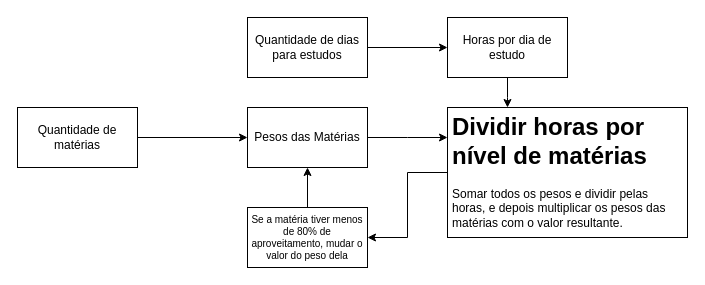
Before: Diagrama sem nome.drawio in Tchaykovsky/Fluxogramas, a draw.io diagram. Source tidied: cells renumbered, new cells numbered last; positions are measured from the earlier drawing's top-left corner, leaving out a move shared by most shapes. Both pictures are drawn from the tidied source at 100%, with x=0, y=0 at pixel (17, 17).
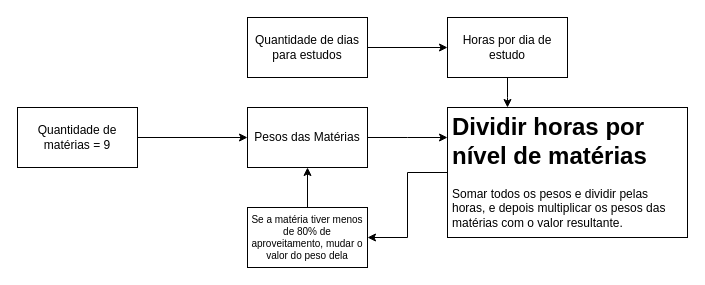
Above is the later version.

Change to the diagram source:
```diff
@@
-    <mxCell id="4" value="Quantidade de matérias" style="text;html=1;strokeColor=none;fillColor=none;align=center;verticalAlign=middle;whiteSpace=wrap;rounded=0;" parent="1" vertex="1">
+    <mxCell id="4" value="Quantidade de matérias = 9" style="text;html=1;strokeColor=none;fillColor=none;align=center;verticalAlign=middle;whiteSpace=wrap;rounded=0;" parent="1" vertex="1">
       <mxGeometry y="90" width="120" height="60" as="geometry" />
     </mxCell>
```
